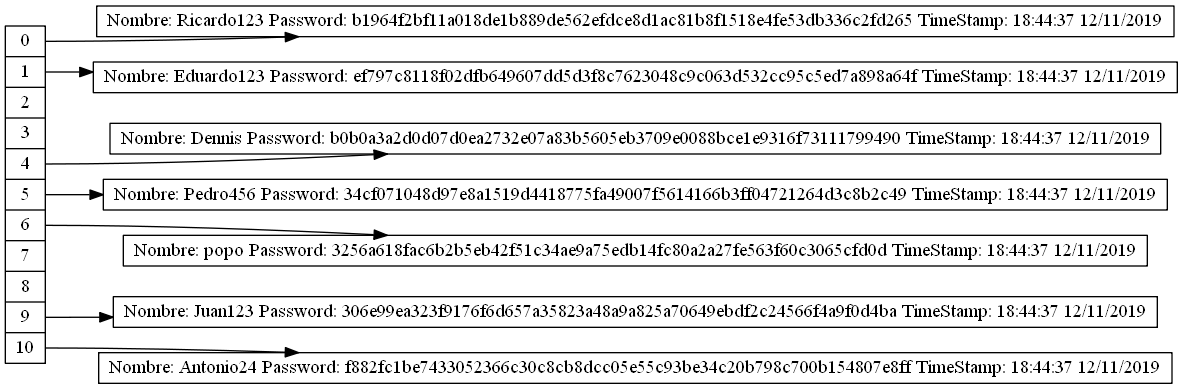
The Graphviz diagram Proyecto2/HashTable.png in Eduardo01004/EDD_2S2019_PY2_201612124, before a commit. Its source is kept beside it as Proyecto2/HashTable.dot.
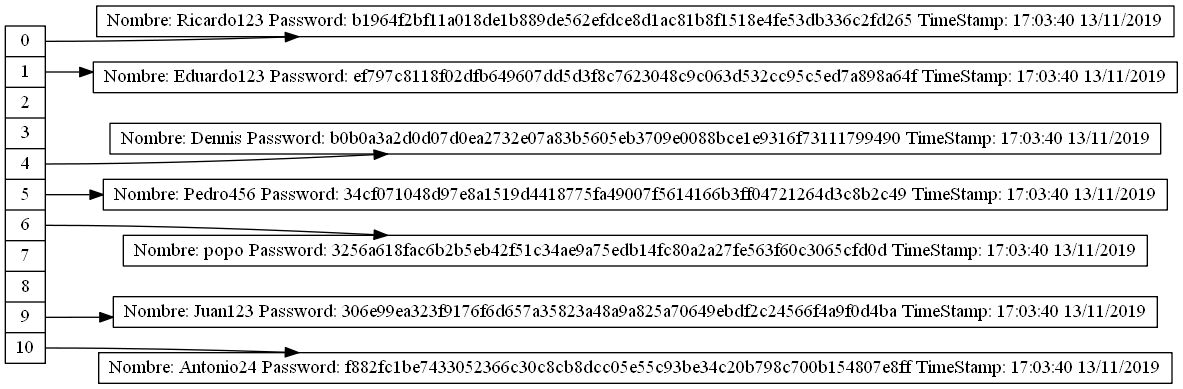
Later version of the same file.

Change to the diagram source:
```diff
@@ -12,18 +12,18 @@
 <f8> 8 |
 <f9> 9 |
 <f10> 10"];
-nodoRicardo123 [label= "Nombre: Ricardo123 Password: b1964f2bf11a018de1b889de562efdce8d1ac81b8f1518e4fe53db336c2fd265 TimeStamp: 18:44:37 12/11/2019"];
+nodoRicardo123 [label= "Nombre: Ricardo123 Password: b1964f2bf11a018de1b889de562efdce8d1ac81b8f1518e4fe53db336c2fd265 TimeStamp: 17:03:40 13/11/2019"];
 "nodeTable":f0 -> nodoRicardo123
-nodoEduardo123 [label= "Nombre: Eduardo123 Password: ef797c8118f02dfb649607dd5d3f8c7623048c9c063d532cc95c5ed7a898a64f TimeStamp: 18:44:37 12/11/2019"];
+nodoEduardo123 [label= "Nombre: Eduardo123 Password: ef797c8118f02dfb649607dd5d3f8c7623048c9c063d532cc95c5ed7a898a64f TimeStamp: 17:03:40 13/11/2019"];
 "nodeTable":f1 -> nodoEduardo123
-nodoDennis [label= "Nombre: Dennis Password: b0b0a3a2d0d07d0ea2732e07a83b5605eb3709e0088bce1e9316f73111799490 TimeStamp: 18:44:37 12/11/2019"];
+nodoDennis [label= "Nombre: Dennis Password: b0b0a3a2d0d07d0ea2732e07a83b5605eb3709e0088bce1e9316f73111799490 TimeStamp: 17:03:40 13/11/2019"];
 "nodeTable":f4 -> nodoDennis
-nodoPedro456 [label= "Nombre: Pedro456 Password: 34cf071048d97e8a1519d4418775fa49007f5614166b3ff04721264d3c8b2c49 TimeStamp: 18:44:37 12/11/2019"];
+nodoPedro456 [label= "Nombre: Pedro456 Password: 34cf071048d97e8a1519d4418775fa49007f5614166b3ff04721264d3c8b2c49 TimeStamp: 17:03:40 13/11/2019"];
 "nodeTable":f5 -> nodoPedro456
-nodopopo [label= "Nombre: popo Password: 3256a618fac6b2b5eb42f51c34ae9a75edb14fc80a2a27fe563f60c3065cfd0d TimeStamp: 18:44:37 12/11/2019"];
+nodopopo [label= "Nombre: popo Password: 3256a618fac6b2b5eb42f51c34ae9a75edb14fc80a2a27fe563f60c3065cfd0d TimeStamp: 17:03:40 13/11/2019"];
 "nodeTable":f6 -> nodopopo
-nodoJuan123 [label= "Nombre: Juan123 Password: 306e99ea323f9176f6d657a35823a48a9a825a70649ebdf2c24566f4a9f0d4ba TimeStamp: 18:44:37 12/11/2019"];
+nodoJuan123 [label= "Nombre: Juan123 Password: 306e99ea323f9176f6d657a35823a48a9a825a70649ebdf2c24566f4a9f0d4ba TimeStamp: 17:03:40 13/11/2019"];
 "nodeTable":f9 -> nodoJuan123
-nodoAntonio24 [label= "Nombre: Antonio24 Password: f882fc1be7433052366c30c8cb8dcc05e55c93be34c20b798c700b154807e8ff TimeStamp: 18:44:37 12/11/2019"];
+nodoAntonio24 [label= "Nombre: Antonio24 Password: f882fc1be7433052366c30c8cb8dcc05e55c93be34c20b798c700b154807e8ff TimeStamp: 17:03:40 13/11/2019"];
 "nodeTable":f10 -> nodoAntonio24
 }
```
